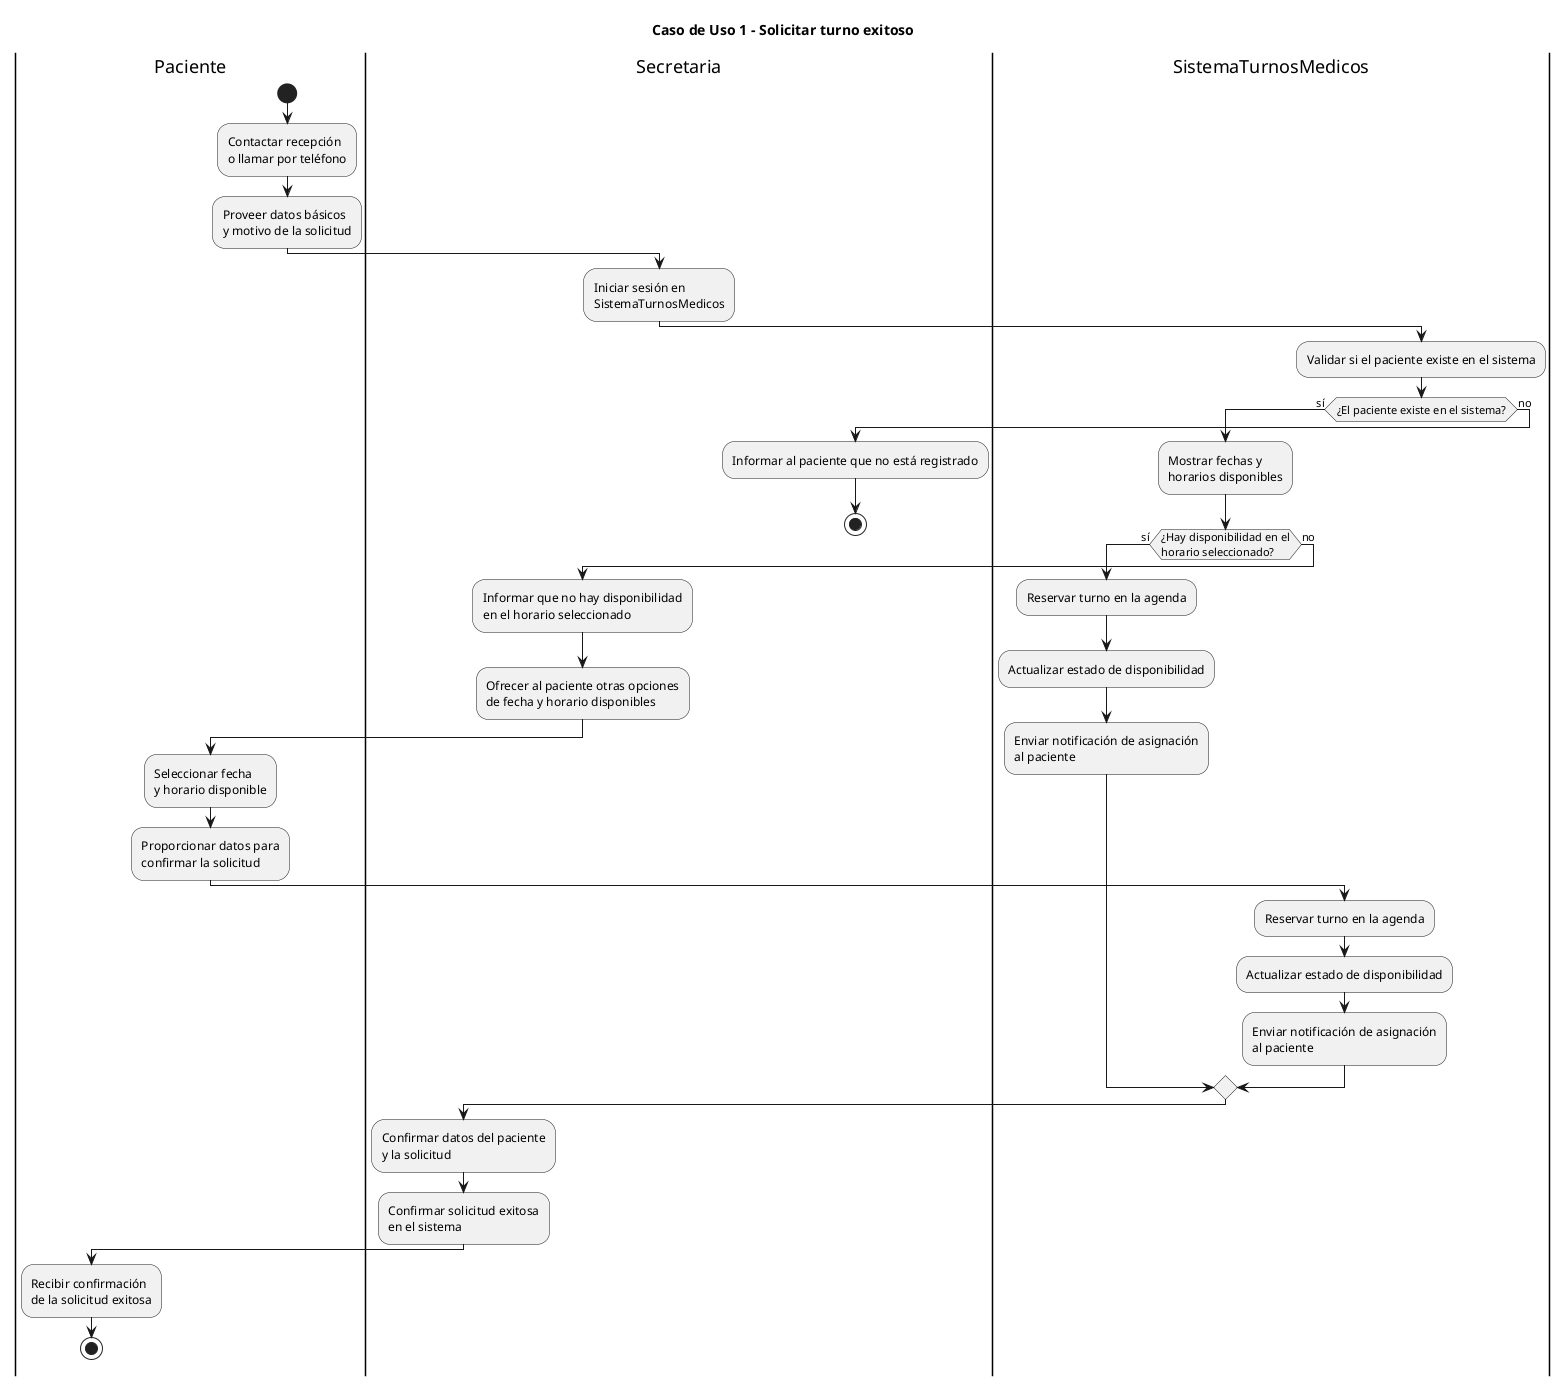
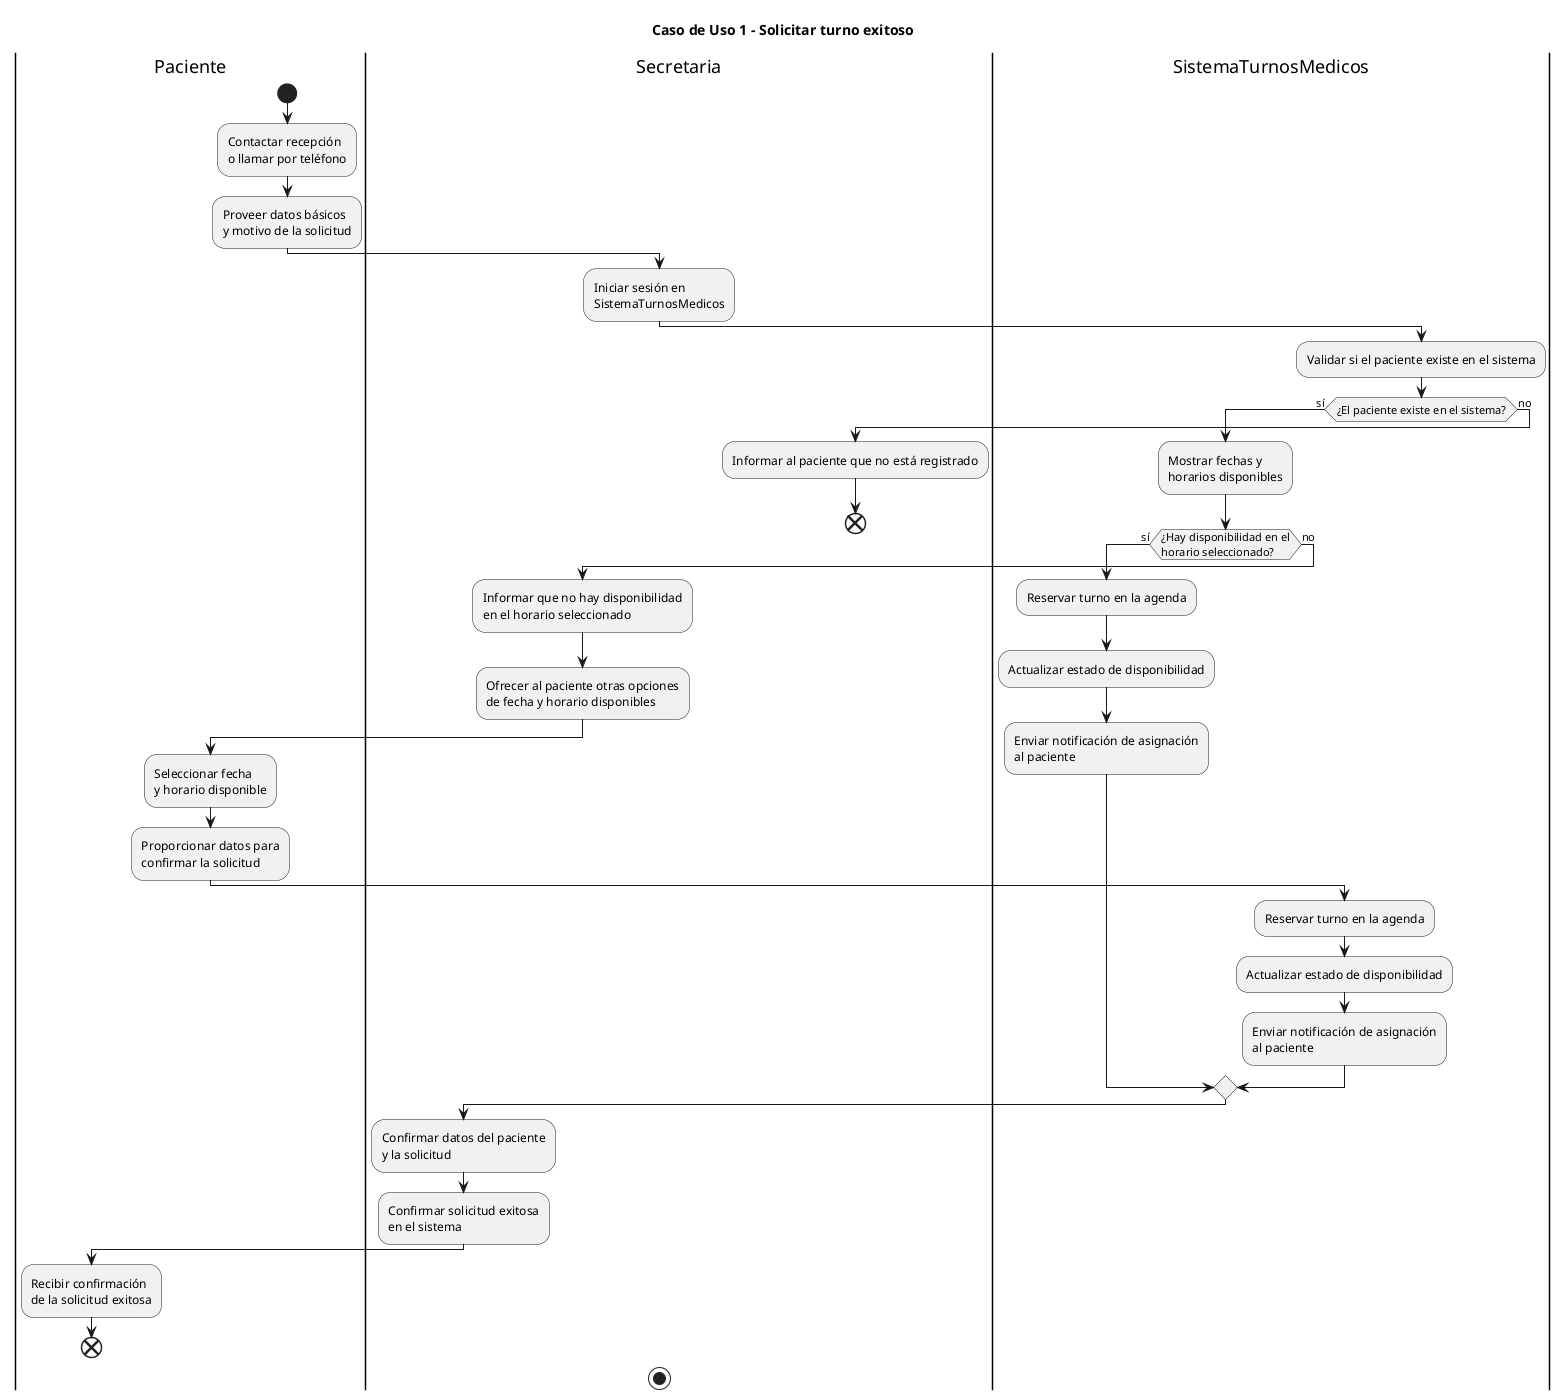
@startuml
title Caso de Uso 1 - Solicitar turno exitoso

|Paciente|
start
:Contactar recepción\no llamar por teléfono;
:Proveer datos básicos\ny motivo de la solicitud;

|Secretaria|
:Iniciar sesión en\nSistemaTurnosMedicos;

|SistemaTurnosMedicos|
:Validar si el paciente existe en el sistema;

if (¿El paciente existe en el sistema?) then (sí)

  :Mostrar fechas y\nhorarios disponibles;

  if (¿Hay disponibilidad en el\nhorario seleccionado?) then (sí)

    :Reservar turno en la agenda;
    :Actualizar estado de disponibilidad;
    :Enviar notificación de asignación\nal paciente;

  else (no)

    |Secretaria|
    :Informar que no hay disponibilidad\nen el horario seleccionado;
    :Ofrecer al paciente otras opciones\nde fecha y horario disponibles;

    |Paciente|
    :Seleccionar fecha\ny horario disponible;
    :Proporcionar datos para\nconfirmar la solicitud;

    |SistemaTurnosMedicos|
    :Reservar turno en la agenda;
    :Actualizar estado de disponibilidad;
    :Enviar notificación de asignación\nal paciente;

  endif

  |Secretaria|
  :Confirmar datos del paciente\ny la solicitud;
  :Confirmar solicitud exitosa\nen el sistema;

  |Paciente|
  :Recibir confirmación\nde la solicitud exitosa;

-   stop
+   END

else (no)

  |Secretaria|
  :Informar al paciente que no está registrado;

-   stop
+   END

endif

+ stop
+ 
@enduml